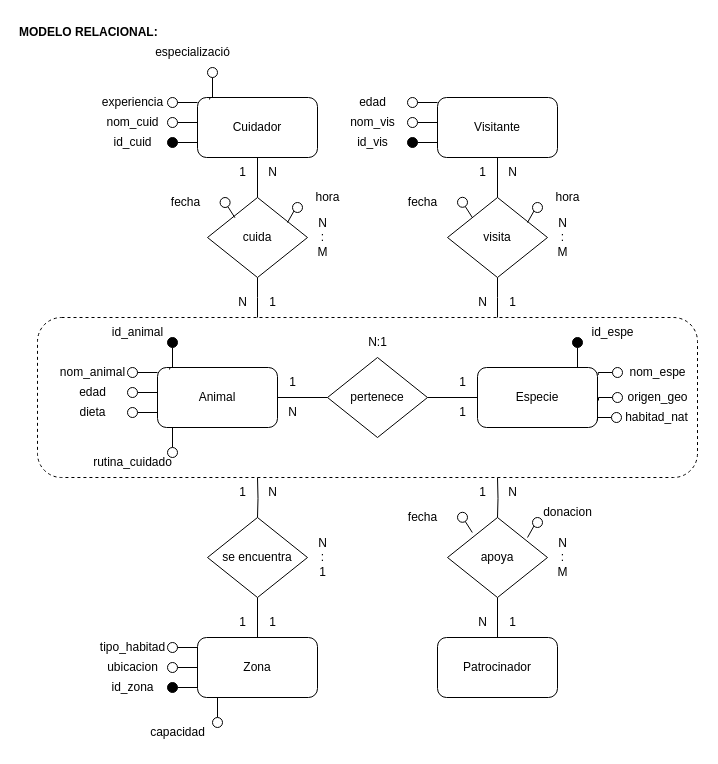
Earlier version of the draw.io diagram lic/E10_Zoologico.drawio (Abigail08082001/diagramasBasedeDatos). Source tidied: cells renumbered, new cells numbered last; positions are measured from the earlier drawing's top-left corner, leaving out a move shared by most shapes. Both pictures are drawn from the tidied source at 100%, with x=0, y=0 at pixel (17, 17).
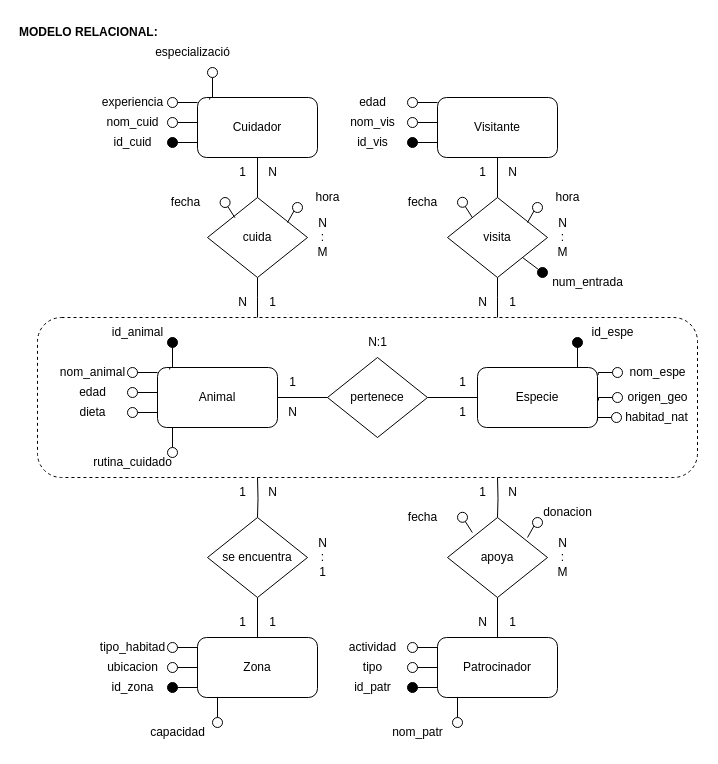
The same diagram, later.

The change refers to these unchanged cells:
```xml
<mxCell id="23" value="visita" style="rhombus;whiteSpace=wrap;html=1;" parent="1" vertex="1">
  <mxGeometry x="430" y="180" width="100" height="80" as="geometry" />
</mxCell>
```

Diff of the diagram source:
```diff
@@
+    <mxCell id="128" style="ellipse;whiteSpace=wrap;html=1;" parent="1" vertex="1">
+      <mxGeometry x="390" y="625" width="10" height="10" as="geometry" />
+    </mxCell>
+    <mxCell id="129" style="edgeStyle=orthogonalEdgeStyle;rounded=0;jettySize=auto;html=1;entryX=-0.008;entryY=0.419;entryDx=0;entryDy=0;entryPerimeter=0;endArrow=none;endFill=0;" parent="1" edge="1" source="130">
+      <mxGeometry relative="1" as="geometry">
+        <mxPoint x="419" y="650" as="targetPoint" />
+      </mxGeometry>
+    </mxCell>
+    <mxCell id="130" style="ellipse;whiteSpace=wrap;html=1;" parent="1" vertex="1">
+      <mxGeometry x="390" y="645" width="10" height="10" as="geometry" />
+    </mxCell>
+    <mxCell id="131" style="edgeStyle=orthogonalEdgeStyle;rounded=0;jettySize=auto;html=1;entryX=0;entryY=0.75;entryDx=0;entryDy=0;endArrow=none;endFill=0;" parent="1" edge="1" source="132">
+      <mxGeometry relative="1" as="geometry">
+        <mxPoint x="420" y="670" as="targetPoint" />
+      </mxGeometry>
+    </mxCell>
+    <mxCell id="132" style="ellipse;whiteSpace=wrap;html=1;fontStyle=0;fillColor=#000000;" parent="1" vertex="1">
+      <mxGeometry x="390" y="665" width="10" height="10" as="geometry" />
+    </mxCell>
+    <mxCell id="133" value="actividad" style="text;html=1;align=center;verticalAlign=middle;strokeColor=none;fillColor=none;" parent="1" vertex="1">
+      <mxGeometry x="320" y="615" width="70" height="30" as="geometry" />
+    </mxCell>
+    <mxCell id="134" value="tipo" style="text;html=1;align=center;verticalAlign=middle;strokeColor=none;fillColor=none;" parent="1" vertex="1">
+      <mxGeometry x="335" y="635" width="40" height="30" as="geometry" />
+    </mxCell>
+    <mxCell id="135" value="id_patr" style="text;html=1;align=center;verticalAlign=middle;strokeColor=none;fillColor=none;" parent="1" vertex="1">
+      <mxGeometry x="325" y="655" width="60" height="30" as="geometry" />
+    </mxCell>
+    <mxCell id="136" style="edgeStyle=orthogonalEdgeStyle;rounded=0;orthogonalLoop=1;jettySize=auto;html=1;exitX=0;exitY=0.5;exitDx=0;exitDy=0;entryX=1;entryY=0.085;entryDx=0;entryDy=0;entryPerimeter=0;endArrow=none;endFill=0;" parent="1" edge="1">
+      <mxGeometry relative="1" as="geometry">
+        <mxPoint x="420" y="630" as="sourcePoint" />
+        <mxPoint x="400" y="630" as="targetPoint" />
+      </mxGeometry>
+    </mxCell>
+    <mxCell id="137" style="edgeStyle=orthogonalEdgeStyle;rounded=0;jettySize=auto;html=1;entryX=0.125;entryY=1;entryDx=0;entryDy=0;entryPerimeter=0;endArrow=none;endFill=0;" parent="1" edge="1" source="138">
+      <mxGeometry relative="1" as="geometry">
+        <mxPoint x="440" y="680" as="targetPoint" />
+      </mxGeometry>
+    </mxCell>
+    <mxCell id="138" style="ellipse;whiteSpace=wrap;html=1;" parent="1" vertex="1">
+      <mxGeometry x="435" y="700" width="10" height="10" as="geometry" />
+    </mxCell>
+    <mxCell id="139" value="nom_patr" style="text;html=1;align=center;verticalAlign=middle;strokeColor=none;fillColor=none;" parent="1" vertex="1">
+      <mxGeometry x="365" y="700" width="70" height="30" as="geometry" />
+    </mxCell>
+    <mxCell id="140" style="rounded=0;jettySize=auto;html=1;entryX=1;entryY=1;entryDx=0;entryDy=0;endArrow=none;endFill=0;" parent="1" edge="1" source="141" target="23">
+      <mxGeometry relative="1" as="geometry" />
+    </mxCell>
+    <mxCell id="141" style="ellipse;whiteSpace=wrap;html=1;fillColor=#0;" parent="1" vertex="1">
+      <mxGeometry x="520" y="250" width="10" height="10" as="geometry" />
+    </mxCell>
+    <mxCell id="142" value="num_entrada" style="text;html=1;align=center;verticalAlign=middle;strokeColor=none;fillColor=none;" parent="1" vertex="1">
+      <mxGeometry x="525" y="250" width="90" height="30" as="geometry" />
+    </mxCell>
```
